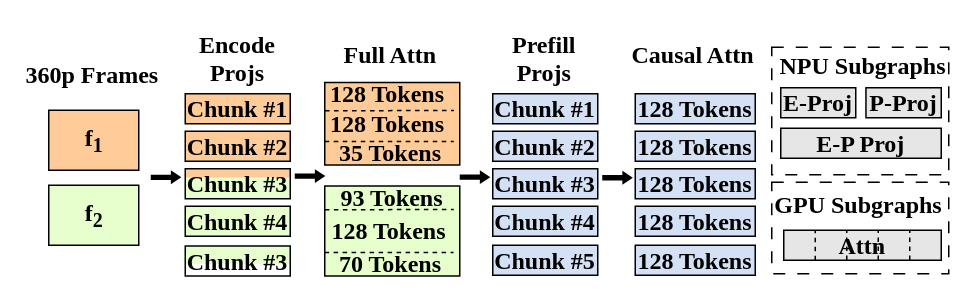
Above: figures/design_graph.drawio in icszhr/hermes (draw.io), before the change. Source tidied: cells renumbered, new cells numbered last; positions are measured from the earlier drawing's top-left corner, leaving out a move shared by most shapes. Both pictures are drawn from the tidied source at 150%, with x=0, y=0 at pixel (24, 26).
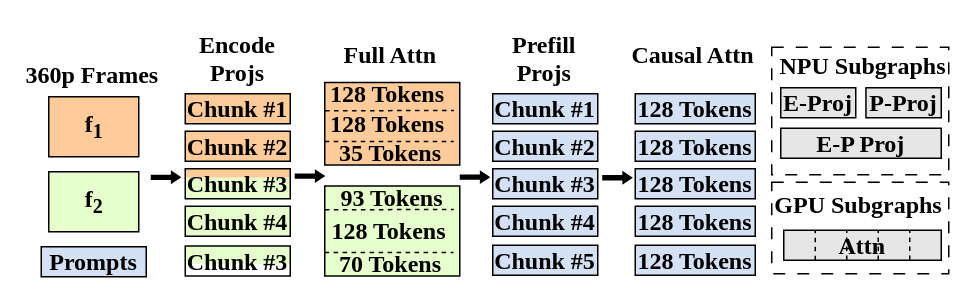
The same diagram, later.

What changed in the source:
```diff
@@
     <mxCell id="2" style="rounded=0;whiteSpace=wrap;html=1;fontFamily=Times New Roman;fontSize=16;fillColor=light-dark(#ffcc99, #ededed);fontStyle=1;" parent="1" vertex="1">
-      <mxGeometry x="16" y="56" width="60" height="40" as="geometry" />
+      <mxGeometry x="16" y="47" width="60" height="40" as="geometry" />
     </mxCell>
     <mxCell id="3" value="f&lt;sub&gt;1&lt;/sub&gt;" style="text;html=1;whiteSpace=wrap;strokeColor=none;fillColor=none;align=center;verticalAlign=middle;rounded=0;fontFamily=Times New Roman;fontSize=16;fontStyle=1;" parent="1" vertex="1">
-      <mxGeometry x="28.5" y="66" width="35" height="20" as="geometry" />
+      <mxGeometry x="28.5" y="57" width="35" height="20" as="geometry" />
     </mxCell>
     <mxCell id="4" style="rounded=0;whiteSpace=wrap;html=1;fontFamily=Times New Roman;fontSize=16;fillColor=light-dark(#e6ffcc, #ededed);fontStyle=1;" parent="1" vertex="1">
-      <mxGeometry x="16" y="106" width="60" height="40" as="geometry" />
+      <mxGeometry x="16" y="97" width="60" height="40" as="geometry" />
     </mxCell>
     <mxCell id="5" value="f&lt;sub&gt;2&lt;/sub&gt;" style="text;html=1;whiteSpace=wrap;strokeColor=none;fillColor=none;align=center;verticalAlign=middle;rounded=0;fontFamily=Times New Roman;fontSize=16;fontStyle=1;" parent="1" vertex="1">
-      <mxGeometry x="28.5" y="116" width="35" height="20" as="geometry" />
+      <mxGeometry x="28.5" y="107" width="35" height="20" as="geometry" />
     </mxCell>
@@
+    <mxCell id="57" value="Prompts" style="rounded=0;whiteSpace=wrap;html=1;fontFamily=Times New Roman;fillColor=#D4E1F5;fontSize=16;fontStyle=1;" parent="1" vertex="1">
+      <mxGeometry x="11" y="147" width="70" height="20" as="geometry" />
+    </mxCell>
```
